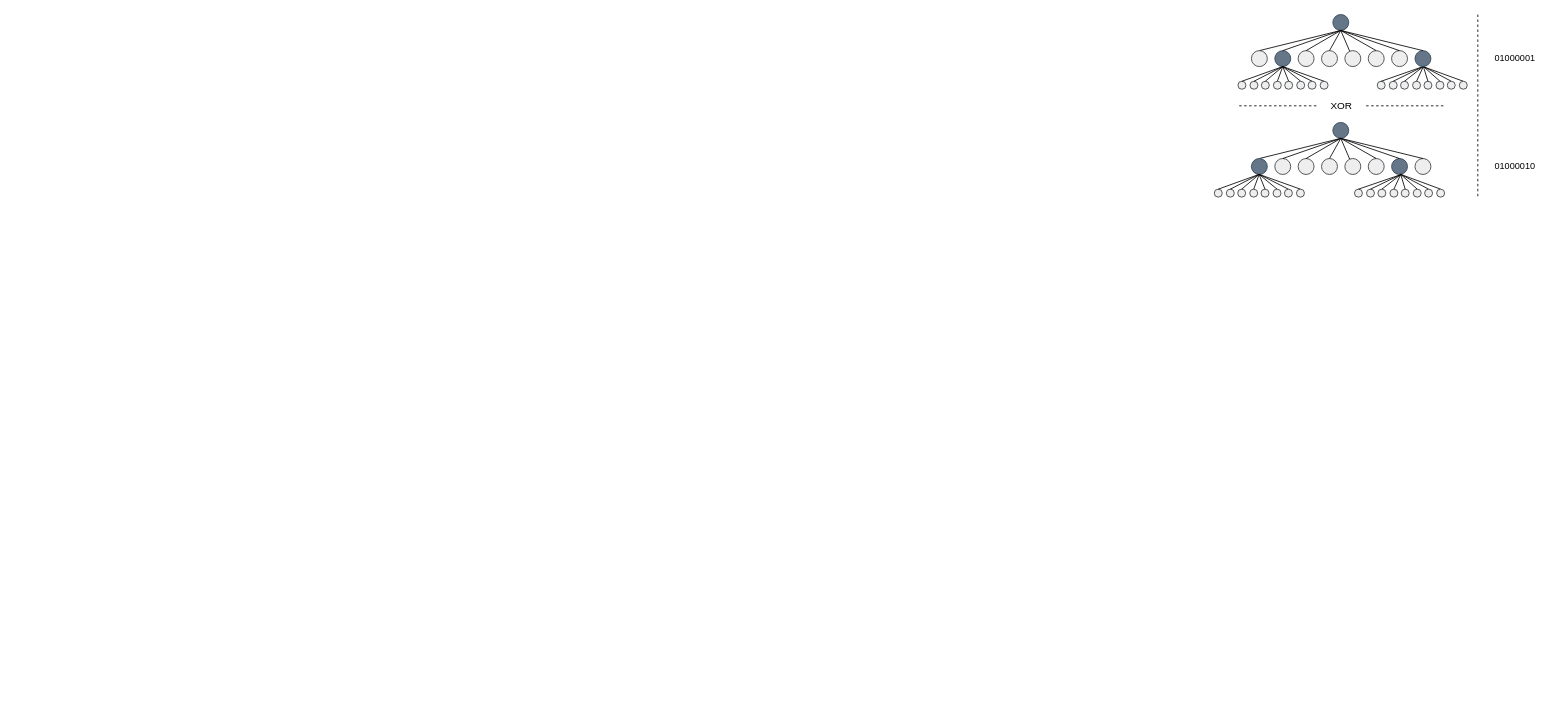
Above: Tese/DrawIO/octreeExampleXOR.drawio in FranciscoDias98/Tese (draw.io), before the change. Source tidied: cells renumbered, new cells numbered last; positions are measured from the earlier drawing's top-left corner, leaving out a move shared by most shapes. Both pictures are drawn from the tidied source at 83%, with x=0, y=0 at pixel (1214, 14).
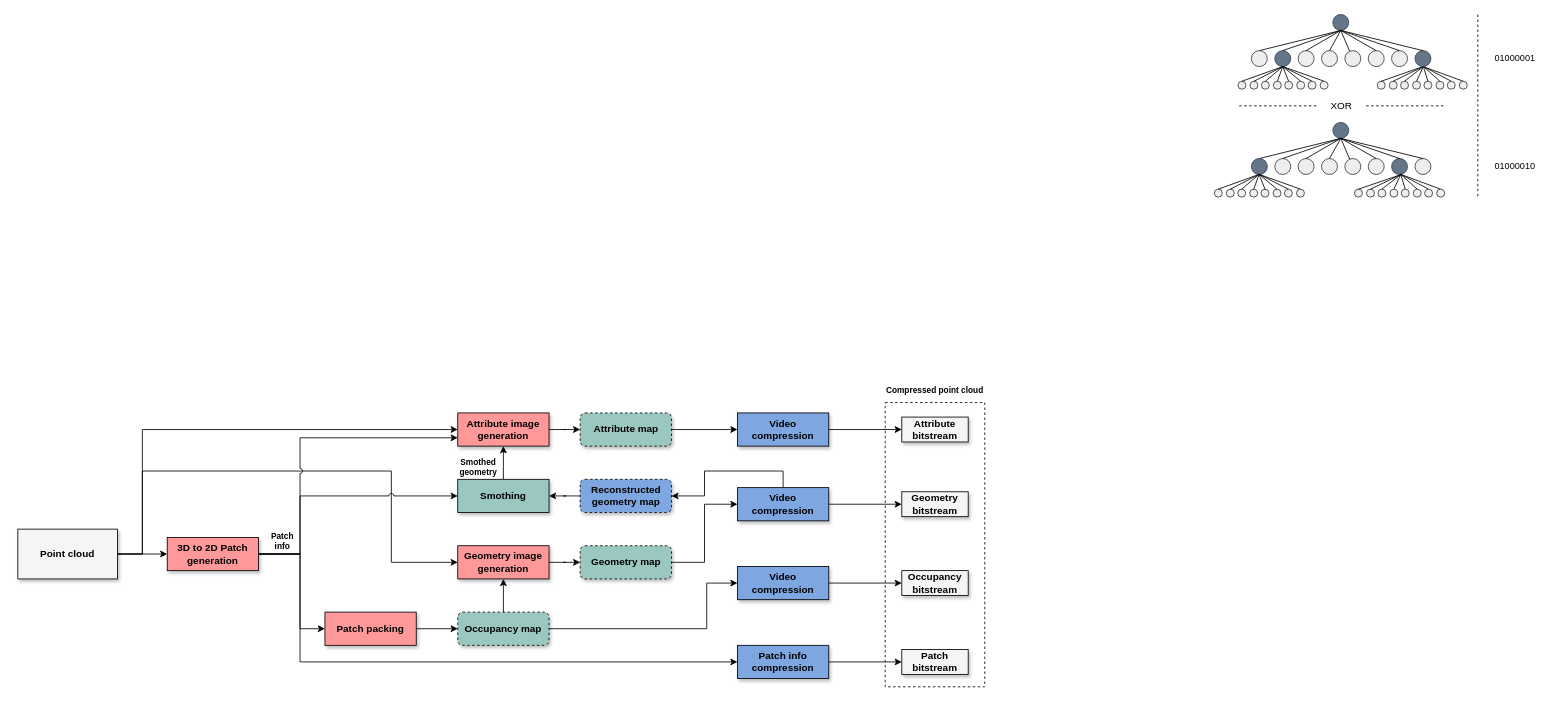
Above is the later version.

Change to the diagram source:
```diff
@@
+    <mxCell id="106" style="edgeStyle=orthogonalEdgeStyle;rounded=0;jettySize=auto;html=1;entryX=0;entryY=0.5;entryDx=0;entryDy=0;shadow=0;fontSize=12;fontColor=#000000;startArrow=none;startFill=0;endArrow=classic;endFill=1;" parent="1" edge="1" source="107" target="133">
+      <mxGeometry relative="1" as="geometry" />
+    </mxCell>
+    <mxCell id="107" value="Attribute map" style="rounded=1;whiteSpace=wrap;html=1;fillColor=#9AC7BF;shadow=1;fontStyle=1;dashed=1;" parent="1" vertex="1">
+      <mxGeometry x="-764.5" y="480" width="110" height="40" as="geometry" />
+    </mxCell>
+    <mxCell id="108" style="edgeStyle=orthogonalEdgeStyle;rounded=0;jettySize=auto;html=1;entryX=1;entryY=0.5;entryDx=0;entryDy=0;shadow=0;fontSize=12;fontColor=#000000;startArrow=none;startFill=0;endArrow=classic;endFill=1;" parent="1" edge="1" source="109" target="127">
+      <mxGeometry relative="1" as="geometry" />
+    </mxCell>
+    <mxCell id="109" value="Reconstructed geometry map" style="rounded=1;whiteSpace=wrap;html=1;fillColor=#7EA6E0;shadow=1;fontStyle=1;dashed=1;" parent="1" vertex="1">
+      <mxGeometry x="-764.5" y="560" width="110" height="40" as="geometry" />
+    </mxCell>
+    <mxCell id="110" style="edgeStyle=orthogonalEdgeStyle;rounded=0;jettySize=auto;html=1;entryX=0;entryY=0.5;entryDx=0;entryDy=0;shadow=0;fontSize=12;fontColor=#000000;startArrow=none;startFill=0;endArrow=classic;endFill=1;" parent="1" edge="1" source="111" target="140">
+      <mxGeometry relative="1" as="geometry" />
+    </mxCell>
+    <mxCell id="111" value="Geometry map" style="rounded=1;whiteSpace=wrap;html=1;fillColor=#9AC7BF;shadow=1;fontStyle=1;dashed=1;" parent="1" vertex="1">
+      <mxGeometry x="-764.5" y="640" width="110" height="40" as="geometry" />
+    </mxCell>
+    <mxCell id="112" style="edgeStyle=orthogonalEdgeStyle;rounded=0;jettySize=auto;html=1;entryX=0;entryY=0.5;entryDx=0;entryDy=0;shadow=0;fontSize=12;fontColor=#000000;startArrow=none;startFill=0;endArrow=classic;endFill=1;" parent="1" edge="1" source="114" target="137">
+      <mxGeometry relative="1" as="geometry">
+        <Array as="points">
+          <mxPoint x="-612" y="740" />
+          <mxPoint x="-612" y="685" />
+        </Array>
+      </mxGeometry>
+    </mxCell>
+    <mxCell id="113" style="edgeStyle=orthogonalEdgeStyle;rounded=0;jettySize=auto;html=1;entryX=0.5;entryY=1;entryDx=0;entryDy=0;shadow=0;fontSize=12;fontColor=#000000;startArrow=none;startFill=0;endArrow=classic;endFill=1;" parent="1" edge="1" source="114" target="129">
+      <mxGeometry relative="1" as="geometry">
+        <Array as="points">
+          <mxPoint x="-857" y="720" />
+          <mxPoint x="-857" y="720" />
+        </Array>
+      </mxGeometry>
+    </mxCell>
+    <mxCell id="114" value="Occupancy map" style="rounded=1;whiteSpace=wrap;html=1;fillColor=#9AC7BF;shadow=1;fontStyle=1;dashed=1;" parent="1" vertex="1">
+      <mxGeometry x="-912" y="720" width="110" height="40" as="geometry" />
+    </mxCell>
+    <mxCell id="115" style="edgeStyle=orthogonalEdgeStyle;rounded=0;jettySize=auto;html=1;shadow=0;fontSize=12;fontColor=#000000;startArrow=none;startFill=0;endArrow=classic;endFill=1;" parent="1" edge="1" source="118" target="123">
+      <mxGeometry relative="1" as="geometry" />
+    </mxCell>
+    <mxCell id="116" style="edgeStyle=orthogonalEdgeStyle;rounded=0;jettySize=auto;html=1;entryX=0;entryY=0.5;entryDx=0;entryDy=0;shadow=0;fontSize=12;fontColor=#000000;startArrow=none;startFill=0;endArrow=classic;endFill=1;" parent="1" edge="1" source="118" target="125">
+      <mxGeometry relative="1" as="geometry">
+        <Array as="points">
+          <mxPoint x="-1292" y="650" />
+          <mxPoint x="-1292" y="500" />
+        </Array>
+      </mxGeometry>
+    </mxCell>
+    <mxCell id="117" style="edgeStyle=orthogonalEdgeStyle;rounded=0;jettySize=auto;html=1;entryX=0;entryY=0.5;entryDx=0;entryDy=0;shadow=0;fontSize=12;fontColor=#000000;startArrow=none;startFill=0;endArrow=classic;endFill=1;exitX=1;exitY=0.5;exitDx=0;exitDy=0;jumpStyle=arc;" parent="1" edge="1" source="118" target="129">
+      <mxGeometry relative="1" as="geometry">
+        <Array as="points">
+          <mxPoint x="-1292" y="650" />
+          <mxPoint x="-1292" y="550" />
+          <mxPoint x="-992" y="550" />
+          <mxPoint x="-992" y="660" />
+        </Array>
+      </mxGeometry>
+    </mxCell>
+    <mxCell id="118" value="Point cloud" style="text;html=1;strokeColor=default;fillColor=#F5F5F5;align=center;verticalAlign=middle;whiteSpace=wrap;rounded=0;shadow=1;fontSize=12;fontColor=#000000;fontStyle=1;" parent="1" vertex="1">
+      <mxGeometry x="-1442" y="620" width="120" height="60" as="geometry" />
+    </mxCell>
+    <mxCell id="119" style="edgeStyle=orthogonalEdgeStyle;rounded=0;jettySize=auto;html=1;entryX=0;entryY=0.5;entryDx=0;entryDy=0;shadow=0;fontSize=12;fontColor=#000000;startArrow=none;startFill=0;endArrow=classic;endFill=1;" parent="1" edge="1" source="123" target="131">
+      <mxGeometry relative="1" as="geometry">
+        <Array as="points">
+          <mxPoint x="-1102" y="650" />
+          <mxPoint x="-1102" y="740" />
+        </Array>
+      </mxGeometry>
+    </mxCell>
+    <mxCell id="120" style="edgeStyle=orthogonalEdgeStyle;rounded=0;jettySize=auto;html=1;entryX=0;entryY=0.5;entryDx=0;entryDy=0;shadow=0;fontSize=12;fontColor=#000000;startArrow=none;startFill=0;endArrow=classic;endFill=1;jumpStyle=arc;" parent="1" edge="1" source="123" target="127">
+      <mxGeometry relative="1" as="geometry">
+        <Array as="points">
+          <mxPoint x="-1102" y="650" />
+          <mxPoint x="-1102" y="580" />
+        </Array>
+      </mxGeometry>
+    </mxCell>
+    <mxCell id="121" style="edgeStyle=orthogonalEdgeStyle;rounded=0;jettySize=auto;html=1;entryX=0;entryY=0.75;entryDx=0;entryDy=0;shadow=0;fontSize=12;fontColor=#000000;startArrow=none;startFill=0;endArrow=classic;endFill=1;jumpStyle=arc;" parent="1" edge="1" source="123" target="125">
+      <mxGeometry relative="1" as="geometry">
+        <Array as="points">
+          <mxPoint x="-1102" y="650" />
+          <mxPoint x="-1102" y="510" />
+        </Array>
+      </mxGeometry>
+    </mxCell>
+    <mxCell id="122" style="edgeStyle=orthogonalEdgeStyle;rounded=0;jettySize=auto;html=1;entryX=0;entryY=0.5;entryDx=0;entryDy=0;shadow=0;fontSize=12;fontColor=#000000;startArrow=none;startFill=0;endArrow=classic;endFill=1;strokeColor=#000000;" parent="1" edge="1" source="123" target="135">
+      <mxGeometry relative="1" as="geometry">
+        <Array as="points">
+          <mxPoint x="-1102" y="650" />
+          <mxPoint x="-1102" y="780" />
+        </Array>
+      </mxGeometry>
+    </mxCell>
+    <mxCell id="123" value="3D to 2D Patch generation" style="rounded=0;whiteSpace=wrap;html=1;fillColor=#FF9999;shadow=1;fontStyle=1;" parent="1" vertex="1">
+      <mxGeometry x="-1262" y="630" width="110" height="40" as="geometry" />
+    </mxCell>
+    <mxCell id="124" style="edgeStyle=orthogonalEdgeStyle;rounded=0;jettySize=auto;html=1;entryX=0;entryY=0.5;entryDx=0;entryDy=0;shadow=0;fontSize=12;fontColor=#000000;startArrow=none;startFill=0;endArrow=classic;endFill=1;" parent="1" edge="1" source="125" target="107">
+      <mxGeometry relative="1" as="geometry" />
+    </mxCell>
+    <mxCell id="125" value="Attribute image generation" style="rounded=0;whiteSpace=wrap;html=1;fillColor=#FF9999;shadow=1;fontStyle=1;" parent="1" vertex="1">
+      <mxGeometry x="-912" y="480" width="110" height="40" as="geometry" />
+    </mxCell>
+    <mxCell id="126" style="edgeStyle=orthogonalEdgeStyle;rounded=0;jettySize=auto;html=1;entryX=0.5;entryY=1;entryDx=0;entryDy=0;shadow=0;fontSize=12;fontColor=#000000;startArrow=none;startFill=0;endArrow=classic;endFill=1;" parent="1" edge="1" source="127" target="125">
+      <mxGeometry relative="1" as="geometry" />
+    </mxCell>
+    <mxCell id="127" value="Smothing" style="rounded=0;whiteSpace=wrap;html=1;fillColor=#9AC7BF;shadow=1;fontStyle=1;" parent="1" vertex="1">
+      <mxGeometry x="-912" y="560" width="110" height="40" as="geometry" />
+    </mxCell>
+    <mxCell id="128" style="edgeStyle=orthogonalEdgeStyle;rounded=0;jettySize=auto;html=1;shadow=0;fontSize=12;fontColor=#000000;startArrow=none;startFill=0;endArrow=classic;endFill=1;" parent="1" edge="1" source="129" target="111">
+      <mxGeometry relative="1" as="geometry" />
+    </mxCell>
+    <mxCell id="129" value="Geometry image generation" style="rounded=0;whiteSpace=wrap;html=1;fillColor=#FF9999;shadow=1;fontStyle=1;" parent="1" vertex="1">
+      <mxGeometry x="-912" y="640" width="110" height="40" as="geometry" />
+    </mxCell>
+    <mxCell id="130" style="edgeStyle=orthogonalEdgeStyle;rounded=0;jettySize=auto;html=1;entryX=0;entryY=0.5;entryDx=0;entryDy=0;shadow=0;fontSize=12;fontColor=#000000;startArrow=none;startFill=0;endArrow=classic;endFill=1;" parent="1" edge="1" source="131" target="114">
+      <mxGeometry relative="1" as="geometry" />
+    </mxCell>
+    <mxCell id="131" value="Patch packing" style="rounded=0;whiteSpace=wrap;html=1;fillColor=#FF9999;shadow=1;fontStyle=1;" parent="1" vertex="1">
+      <mxGeometry x="-1072" y="720" width="110" height="40" as="geometry" />
+    </mxCell>
+    <mxCell id="132" style="edgeStyle=orthogonalEdgeStyle;rounded=0;jettySize=auto;html=1;entryX=0;entryY=0.5;entryDx=0;entryDy=0;shadow=0;fontSize=12;fontColor=#000000;startArrow=none;startFill=0;endArrow=classic;endFill=1;strokeColor=#000000;" parent="1" edge="1" source="133" target="141">
+      <mxGeometry relative="1" as="geometry" />
+    </mxCell>
+    <mxCell id="133" value="Video compression" style="rounded=0;whiteSpace=wrap;html=1;fillColor=#7EA6E0;shadow=1;fontStyle=1;" parent="1" vertex="1">
+      <mxGeometry x="-575" y="480" width="110" height="40" as="geometry" />
+    </mxCell>
+    <mxCell id="134" style="edgeStyle=orthogonalEdgeStyle;rounded=0;jettySize=auto;html=1;entryX=0;entryY=0.5;entryDx=0;entryDy=0;shadow=0;fontSize=12;fontColor=#000000;startArrow=none;startFill=0;endArrow=classic;endFill=1;strokeColor=#000000;" parent="1" edge="1" source="135" target="144">
+      <mxGeometry relative="1" as="geometry" />
+    </mxCell>
+    <mxCell id="135" value="Patch info compression" style="rounded=0;whiteSpace=wrap;html=1;fillColor=#7EA6E0;shadow=1;fontStyle=1;" parent="1" vertex="1">
+      <mxGeometry x="-575" y="760" width="110" height="40" as="geometry" />
+    </mxCell>
+    <mxCell id="136" style="edgeStyle=orthogonalEdgeStyle;rounded=0;jettySize=auto;html=1;shadow=0;fontSize=12;fontColor=#000000;startArrow=none;startFill=0;endArrow=classic;endFill=1;strokeColor=#000000;entryX=0;entryY=0.5;entryDx=0;entryDy=0;" parent="1" edge="1" source="137" target="143">
+      <mxGeometry relative="1" as="geometry" />
+    </mxCell>
+    <mxCell id="137" value="Video compression" style="rounded=0;whiteSpace=wrap;html=1;fillColor=#7EA6E0;shadow=1;fontStyle=1;" parent="1" vertex="1">
+      <mxGeometry x="-575" y="665" width="110" height="40" as="geometry" />
+    </mxCell>
+    <mxCell id="138" style="edgeStyle=orthogonalEdgeStyle;rounded=0;jettySize=auto;html=1;entryX=1;entryY=0.5;entryDx=0;entryDy=0;shadow=0;fontSize=12;fontColor=#000000;startArrow=none;startFill=0;endArrow=classic;endFill=1;strokeColor=#000000;exitX=0.5;exitY=0;exitDx=0;exitDy=0;" parent="1" edge="1" source="140" target="109">
+      <mxGeometry relative="1" as="geometry" />
+    </mxCell>
+    <mxCell id="139" style="edgeStyle=orthogonalEdgeStyle;rounded=0;jettySize=auto;html=1;entryX=0;entryY=0.5;entryDx=0;entryDy=0;shadow=0;fontSize=12;fontColor=#000000;startArrow=none;startFill=0;endArrow=classic;endFill=1;strokeColor=#000000;" parent="1" edge="1" source="140" target="142">
+      <mxGeometry relative="1" as="geometry" />
+    </mxCell>
+    <mxCell id="140" value="Video compression" style="rounded=0;whiteSpace=wrap;html=1;fillColor=#7EA6E0;shadow=1;fontStyle=1;" parent="1" vertex="1">
+      <mxGeometry x="-575" y="570" width="110" height="40" as="geometry" />
+    </mxCell>
+    <mxCell id="141" value="Attribute bitstream" style="text;html=1;strokeColor=default;fillColor=#F5F5F5;align=center;verticalAlign=middle;whiteSpace=wrap;rounded=0;shadow=1;fontSize=12;fontColor=#000000;fontStyle=1;" parent="1" vertex="1">
+      <mxGeometry x="-377" y="485" width="80" height="30" as="geometry" />
+    </mxCell>
+    <mxCell id="142" value="Geometry bitstream" style="text;html=1;strokeColor=default;fillColor=#F5F5F5;align=center;verticalAlign=middle;whiteSpace=wrap;rounded=0;shadow=1;fontSize=12;fontColor=#000000;fontStyle=1;" parent="1" vertex="1">
+      <mxGeometry x="-377" y="575" width="80" height="30" as="geometry" />
+    </mxCell>
+    <mxCell id="143" value="Occupancy bitstream" style="text;html=1;strokeColor=default;fillColor=#F5F5F5;align=center;verticalAlign=middle;whiteSpace=wrap;rounded=0;shadow=1;fontSize=12;fontColor=#000000;fontStyle=1;" parent="1" vertex="1">
+      <mxGeometry x="-377" y="670" width="80" height="30" as="geometry" />
+    </mxCell>
+    <mxCell id="144" value="Patch bitstream" style="text;html=1;strokeColor=default;fillColor=#F5F5F5;align=center;verticalAlign=middle;whiteSpace=wrap;rounded=0;shadow=1;fontSize=12;fontColor=#000000;fontStyle=1;" parent="1" vertex="1">
+      <mxGeometry x="-377" y="765" width="80" height="30" as="geometry" />
+    </mxCell>
+    <mxCell id="145" style="rounded=0;whiteSpace=wrap;html=1;fillColor=none;shadow=0;fontStyle=1;dashed=1;strokeColor=#000000;fontColor=#000000;" parent="1" vertex="1">
+      <mxGeometry x="-397" y="467.5" width="120" height="342.5" as="geometry" />
+    </mxCell>
+    <mxCell id="146" value="Compressed point cloud" style="text;html=1;strokeColor=none;fillColor=none;align=center;verticalAlign=middle;whiteSpace=wrap;rounded=0;shadow=0;dashed=1;fontSize=10;fontColor=#000000;fontStyle=1;" parent="1" vertex="1">
+      <mxGeometry x="-397" y="437.5" width="120" height="30" as="geometry" />
+    </mxCell>
+    <mxCell id="147" value="Patch info" style="text;html=1;strokeColor=none;fillColor=none;align=center;verticalAlign=middle;whiteSpace=wrap;rounded=0;shadow=0;dashed=1;fontSize=10;fontColor=#000000;fontStyle=1;" parent="1" vertex="1">
+      <mxGeometry x="-1148" y="620" width="50" height="30" as="geometry" />
+    </mxCell>
+    <mxCell id="148" value="Smothed geometry" style="text;html=1;strokeColor=none;fillColor=none;align=center;verticalAlign=middle;whiteSpace=wrap;rounded=0;shadow=0;dashed=1;fontSize=10;fontColor=#000000;fontStyle=1;" parent="1" vertex="1">
+      <mxGeometry x="-912" y="530" width="50" height="30" as="geometry" />
+    </mxCell>
```
